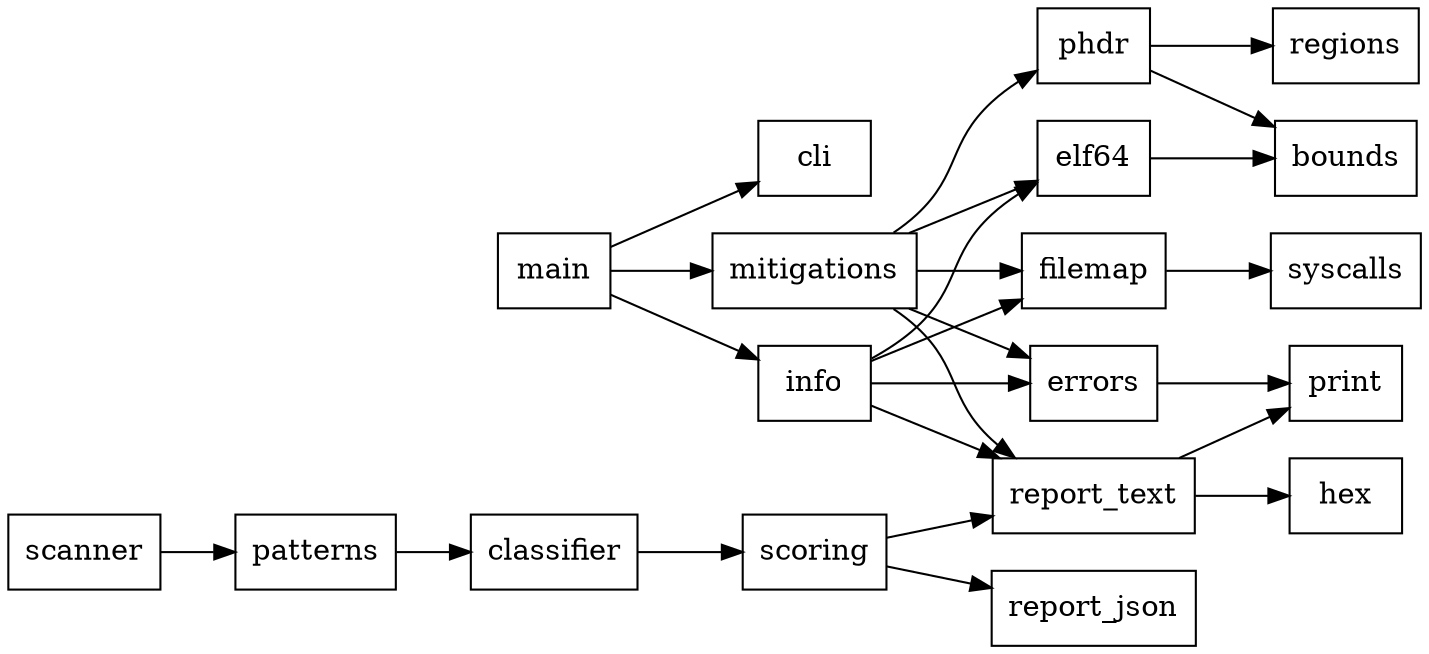
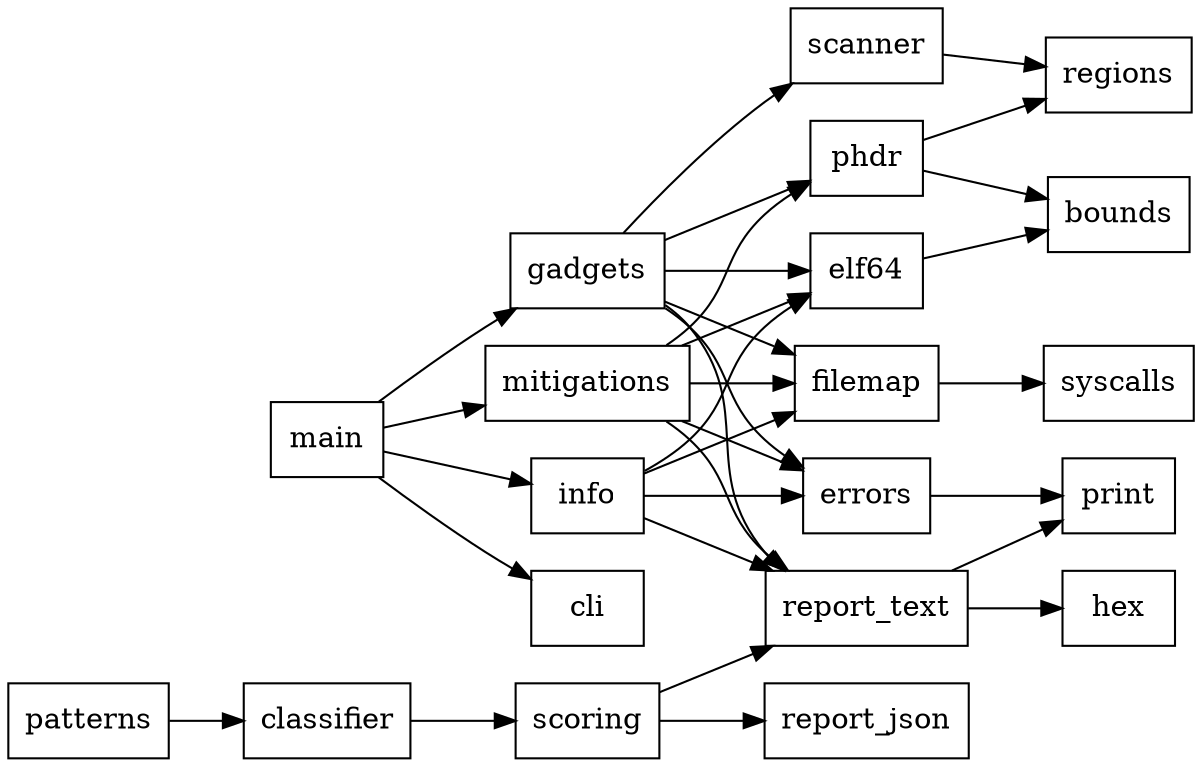
digraph x64lens_modules {
  rankdir=LR;
  node [shape=box];

  main -> cli;
  main -> info;
  main -> mitigations;
+   main -> gadgets;

  info -> filemap;
  info -> elf64;
  info -> report_text;
  info -> errors;

  mitigations -> filemap;
  mitigations -> elf64;
  mitigations -> phdr;
  mitigations -> report_text;
  mitigations -> errors;

+   gadgets -> filemap;
+   gadgets -> elf64;
+   gadgets -> phdr;
+   gadgets -> scanner;
+   gadgets -> report_text;
+   gadgets -> errors;
+ 
  phdr -> bounds;
  phdr -> regions;
+   scanner -> regions;

  filemap -> syscalls;
  elf64 -> bounds;
  report_text -> print;
  report_text -> hex;
  errors -> print;

-   scanner -> patterns;
  patterns -> classifier;
  classifier -> scoring;
  scoring -> report_text;
  scoring -> report_json;
}
